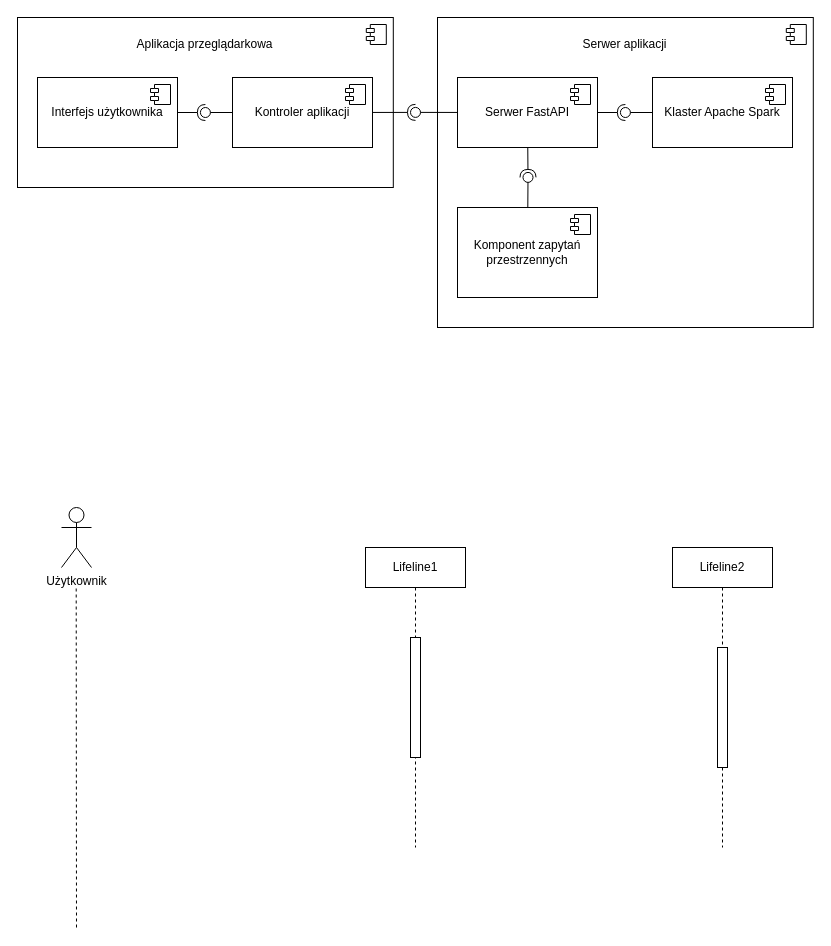
Before: geoprison_diagrams.drawio in radekaadek/geoprison, a draw.io diagram. Source tidied: cells renumbered, new cells numbered last; positions are measured from the earlier drawing's top-left corner, leaving out a move shared by most shapes. Both pictures are drawn from the tidied source at 100%, with x=0, y=0 at pixel (17, 17).
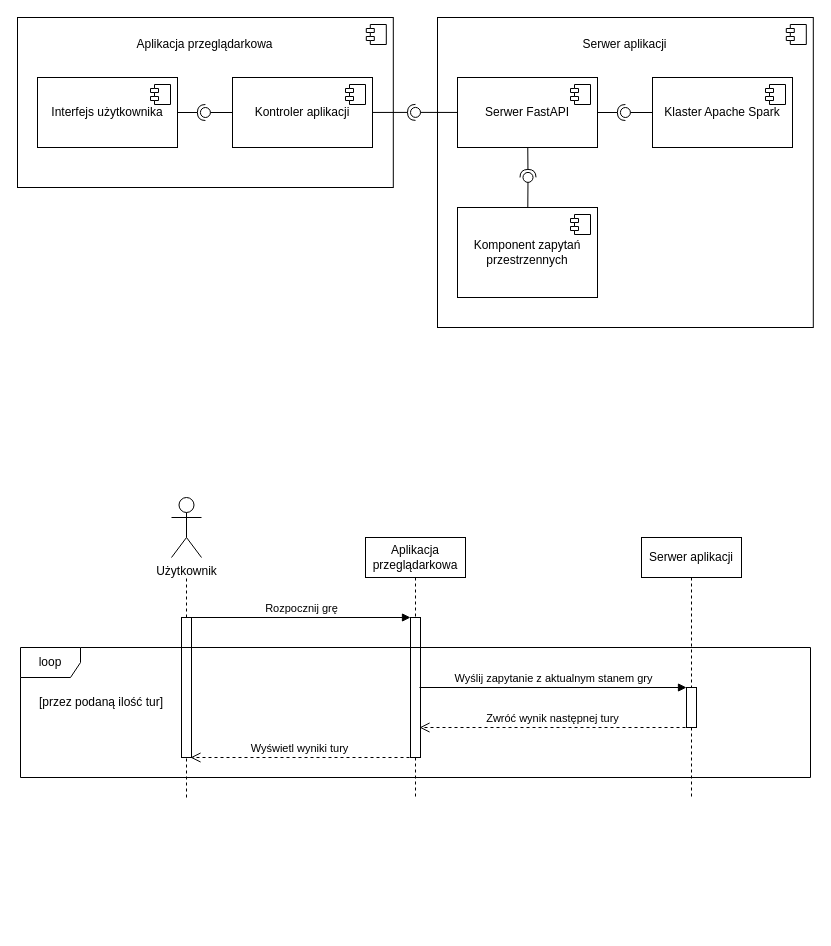
The same page after the edit.

Change to the diagram source:
```diff
@@
     <mxCell id="28" value="Użytkownik" style="shape=umlActor;verticalLabelPosition=bottom;verticalAlign=top;html=1;" parent="1" vertex="1">
-      <mxGeometry x="44" y="490" width="30" height="60" as="geometry" />
+      <mxGeometry x="154" y="480" width="30" height="60" as="geometry" />
     </mxCell>
-    <mxCell id="29" value="Lifeline2" style="shape=umlLifeline;perimeter=lifelinePerimeter;whiteSpace=wrap;html=1;newEdgeStyle={&quot;edgeStyle&quot;:&quot;elbowEdgeStyle&quot;,&quot;elbow&quot;:&quot;vertical&quot;,&quot;curved&quot;:0,&quot;rounded&quot;:0};" parent="1" vertex="1">
-      <mxGeometry x="655" y="530" width="100" height="300" as="geometry" />
+    <mxCell id="29" value="Serwer aplikacji" style="shape=umlLifeline;perimeter=lifelinePerimeter;whiteSpace=wrap;html=1;newEdgeStyle={&quot;edgeStyle&quot;:&quot;elbowEdgeStyle&quot;,&quot;elbow&quot;:&quot;vertical&quot;,&quot;curved&quot;:0,&quot;rounded&quot;:0};" parent="1" vertex="1">
+      <mxGeometry x="624" y="520" width="100" height="260" as="geometry" />
     </mxCell>
     <mxCell id="30" style="html=1;points=[[0,0,0,0,5],[0,1,0,0,-5],[1,0,0,0,5],[1,1,0,0,-5]];perimeter=orthogonalPerimeter;outlineConnect=0;targetShapes=umlLifeline;portConstraint=eastwest;newEdgeStyle={&quot;curved&quot;:0,&quot;rounded&quot;:0};" parent="29" vertex="1">
-      <mxGeometry x="45" y="100" width="10" height="120" as="geometry" />
+      <mxGeometry x="45" y="150" width="10" height="40" as="geometry" />
     </mxCell>
-    <mxCell id="31" value="Lifeline1" style="shape=umlLifeline;perimeter=lifelinePerimeter;whiteSpace=wrap;html=1;newEdgeStyle={&quot;edgeStyle&quot;:&quot;elbowEdgeStyle&quot;,&quot;elbow&quot;:&quot;vertical&quot;,&quot;curved&quot;:0,&quot;rounded&quot;:0};" parent="1" vertex="1">
-      <mxGeometry x="348" y="530" width="100" height="300" as="geometry" />
+    <mxCell id="31" value="Aplikacja przeglądarkowa" style="shape=umlLifeline;perimeter=lifelinePerimeter;whiteSpace=wrap;html=1;newEdgeStyle={&quot;edgeStyle&quot;:&quot;elbowEdgeStyle&quot;,&quot;elbow&quot;:&quot;vertical&quot;,&quot;curved&quot;:0,&quot;rounded&quot;:0};" parent="1" vertex="1">
+      <mxGeometry x="348" y="520" width="100" height="260" as="geometry" />
     </mxCell>
     <mxCell id="32" style="html=1;points=[[0,0,0,0,5],[0,1,0,0,-5],[1,0,0,0,5],[1,1,0,0,-5]];perimeter=orthogonalPerimeter;outlineConnect=0;targetShapes=umlLifeline;portConstraint=eastwest;newEdgeStyle={&quot;curved&quot;:0,&quot;rounded&quot;:0};" parent="31" vertex="1">
-      <mxGeometry x="45" y="90" width="10" height="120" as="geometry" />
+      <mxGeometry x="45" y="80" width="10" height="140" as="geometry" />
     </mxCell>
     <mxCell id="33" style="endArrow=none;dashed=1;html=1;rounded=0;" parent="1" edge="1">
       <mxGeometry relative="1" as="geometry">
-        <mxPoint x="59" y="910" as="sourcePoint" />
-        <mxPoint x="58.7" y="570" as="targetPoint" />
+        <mxPoint x="169" y="780" as="sourcePoint" />
+        <mxPoint x="169" y="560" as="targetPoint" />
       </mxGeometry>
     </mxCell>
+    <mxCell id="34" style="html=1;perimeter=orthogonalPerimeter;targetShapes=umlLifeline;newEdgeStyle={&quot;curved&quot;:0,&quot;rounded&quot;:0};" parent="1" vertex="1">
+      <mxGeometry x="164" y="600" width="10" height="140" as="geometry" />
+    </mxCell>
+    <mxCell id="35" value="Zwróć wynik następnej tury" style="html=1;verticalAlign=bottom;endArrow=open;dashed=1;endSize=8;curved=0;rounded=0;" parent="1" edge="1">
+      <mxGeometry relative="1" as="geometry">
+        <mxPoint x="668" y="710" as="sourcePoint" />
+        <mxPoint x="402" y="710" as="targetPoint" />
+      </mxGeometry>
+    </mxCell>
+    <mxCell id="36" value="Rozpocznij grę" style="html=1;verticalAlign=bottom;endArrow=block;curved=0;rounded=0;" parent="1" edge="1" target="32">
+      <mxGeometry relative="1" as="geometry">
+        <mxPoint x="174" y="600" as="sourcePoint" />
+      </mxGeometry>
+    </mxCell>
+    <mxCell id="37" value="Wyślij zapytanie z aktualnym stanem gry" style="html=1;verticalAlign=bottom;endArrow=block;curved=0;rounded=0;" parent="1" edge="1" target="30">
+      <mxGeometry relative="1" as="geometry">
+        <mxPoint x="402" y="670" as="sourcePoint" />
+      </mxGeometry>
+    </mxCell>
+    <mxCell id="38" value="loop" style="shape=umlFrame;whiteSpace=wrap;html=1;" parent="1" vertex="1">
+      <mxGeometry x="3" y="630" width="790" height="130" as="geometry" />
+    </mxCell>
+    <mxCell id="39" value="Wyświetl wyniki tury" style="html=1;verticalAlign=bottom;endArrow=open;dashed=1;endSize=8;curved=0;rounded=0;" parent="1" edge="1">
+      <mxGeometry relative="1" as="geometry">
+        <mxPoint x="392" y="740" as="sourcePoint" />
+        <mxPoint x="173" y="740" as="targetPoint" />
+      </mxGeometry>
+    </mxCell>
+    <mxCell id="40" value="[przez podaną ilość tur]" style="text;strokeColor=none;align=center;fillColor=none;html=1;verticalAlign=middle;whiteSpace=wrap;rounded=0;" parent="1" vertex="1">
+      <mxGeometry x="19" y="670" width="130" height="30" as="geometry" />
+    </mxCell>
```
